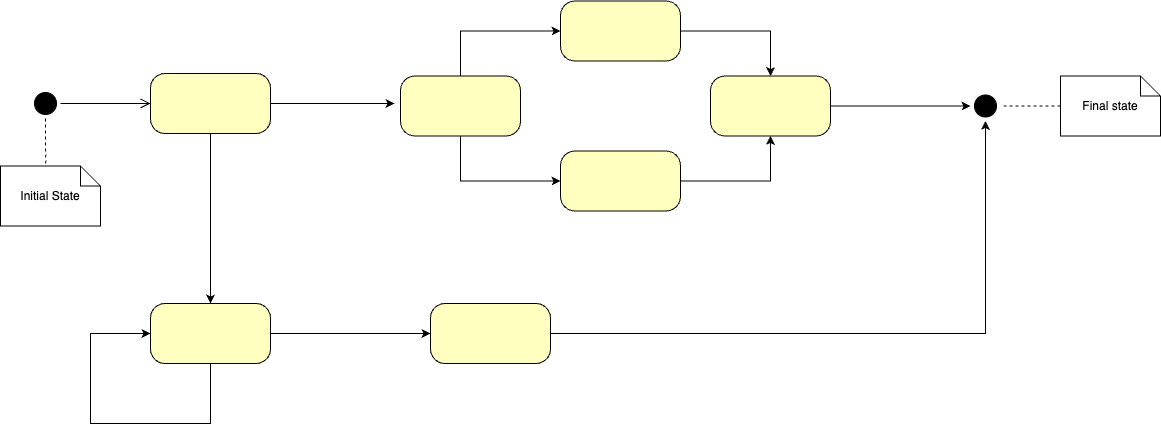
Above: diagrams/ED_Services_SD.drawio.png in uvic-teach/project-m1-team6 (draw.io), before the change. Source tidied: cells renumbered, new cells last; positions are measured from the earlier drawing's top-left corner, leaving out a move shared by most shapes. The source it was exported from:
```xml
<mxGraphModel>
  <root>
    <mxCell id="0" />
    <mxCell id="1" parent="0" />
    <mxCell id="2" style="ellipse;html=1;shape=startState;fillColor=#000000;strokeColor=#000000;rounded=1;shadow=0;comic=0;labelBackgroundColor=none;fontFamily=Verdana;fontSize=12;fontColor=#000000;align=center;direction=south;" parent="1" vertex="1">
      <mxGeometry x="30" y="87" width="30" height="30" as="geometry" />
    </mxCell>
    <mxCell id="3" style="edgeStyle=orthogonalEdgeStyle;rounded=0;jettySize=auto;html=1;entryX=0.5;entryY=0;entryDx=0;entryDy=0;" parent="1" edge="1" source="4" target="9">
      <mxGeometry relative="1" as="geometry" />
    </mxCell>
    <mxCell id="4" style="rounded=1;whiteSpace=wrap;html=1;arcSize=24;fillColor=#ffffc0;strokeColor=#000000;shadow=0;comic=0;labelBackgroundColor=none;fontFamily=Verdana;fontSize=12;fontColor=#000000;align=center;" parent="1" vertex="1">
      <mxGeometry x="150" y="72" width="120" height="60" as="geometry" />
    </mxCell>
    <mxCell id="5" style="edgeStyle=orthogonalEdgeStyle;html=1;labelBackgroundColor=none;endArrow=open;endSize=8;strokeColor=#000000;fontFamily=Verdana;fontSize=12;align=left;" parent="1" edge="1" source="2" target="4">
      <mxGeometry relative="1" as="geometry" />
    </mxCell>
    <mxCell id="6" style="edgeStyle=orthogonalEdgeStyle;rounded=0;jettySize=auto;html=1;entryX=0;entryY=0.5;entryDx=0;entryDy=0;" parent="1" edge="1" source="8" target="12">
      <mxGeometry relative="1" as="geometry">
        <Array as="points">
          <mxPoint x="460" y="179.5" />
        </Array>
      </mxGeometry>
    </mxCell>
    <mxCell id="7" style="edgeStyle=orthogonalEdgeStyle;rounded=0;jettySize=auto;html=1;entryX=0;entryY=0.5;entryDx=0;entryDy=0;" parent="1" edge="1" source="8" target="14">
      <mxGeometry relative="1" as="geometry">
        <Array as="points">
          <mxPoint x="460" y="29.5" />
        </Array>
      </mxGeometry>
    </mxCell>
    <mxCell id="8" style="rounded=1;whiteSpace=wrap;html=1;arcSize=24;fillColor=#ffffc0;strokeColor=#000000;shadow=0;comic=0;labelBackgroundColor=none;fontFamily=Verdana;fontSize=12;fontColor=#000000;align=center;" parent="1" vertex="1">
      <mxGeometry x="400" y="74.5" width="120" height="60" as="geometry" />
    </mxCell>
    <mxCell id="9" style="rounded=1;whiteSpace=wrap;html=1;arcSize=24;fillColor=#ffffc0;strokeColor=#000000;shadow=0;comic=0;labelBackgroundColor=none;fontFamily=Verdana;fontSize=12;fontColor=#000000;align=center;" parent="1" vertex="1">
      <mxGeometry x="150" y="302" width="120" height="60" as="geometry" />
    </mxCell>
    <mxCell id="10" style="ellipse;html=1;shape=startState;fillColor=#000000;strokeColor=#000000;rounded=1;shadow=0;comic=0;labelBackgroundColor=none;fontFamily=Verdana;fontSize=12;fontColor=#000000;align=center;direction=south;" parent="1" vertex="1">
      <mxGeometry x="970" y="89.5" width="30" height="30" as="geometry" />
    </mxCell>
    <mxCell id="11" style="edgeStyle=orthogonalEdgeStyle;rounded=0;jettySize=auto;html=1;entryX=0.5;entryY=1;entryDx=0;entryDy=0;" parent="1" edge="1" source="12" target="16">
      <mxGeometry relative="1" as="geometry" />
    </mxCell>
    <mxCell id="12" style="rounded=1;whiteSpace=wrap;html=1;arcSize=24;fillColor=#ffffc0;strokeColor=#000000;shadow=0;comic=0;labelBackgroundColor=none;fontFamily=Verdana;fontSize=12;fontColor=#000000;align=center;" parent="1" vertex="1">
      <mxGeometry x="560" y="149.5" width="120" height="60" as="geometry" />
    </mxCell>
    <mxCell id="13" style="edgeStyle=orthogonalEdgeStyle;rounded=0;jettySize=auto;html=1;entryX=0.5;entryY=0;entryDx=0;entryDy=0;" parent="1" edge="1" source="14" target="16">
      <mxGeometry relative="1" as="geometry" />
    </mxCell>
    <mxCell id="14" style="rounded=1;whiteSpace=wrap;html=1;arcSize=24;fillColor=#ffffc0;strokeColor=#000000;shadow=0;comic=0;labelBackgroundColor=none;fontFamily=Verdana;fontSize=12;fontColor=#000000;align=center;" parent="1" vertex="1">
      <mxGeometry x="560" y="-0.5" width="120" height="60" as="geometry" />
    </mxCell>
    <mxCell id="15" style="edgeStyle=orthogonalEdgeStyle;rounded=0;jettySize=auto;html=1;" parent="1" edge="1" source="16">
      <mxGeometry relative="1" as="geometry">
        <mxPoint x="970" y="104.5" as="targetPoint" />
      </mxGeometry>
    </mxCell>
    <mxCell id="16" style="rounded=1;whiteSpace=wrap;html=1;arcSize=24;fillColor=#ffffc0;strokeColor=#000000;shadow=0;comic=0;labelBackgroundColor=none;fontFamily=Verdana;fontSize=12;fontColor=#000000;align=center;" parent="1" vertex="1">
      <mxGeometry x="710" y="74.5" width="120" height="60" as="geometry" />
    </mxCell>
    <mxCell id="17" style="edgeStyle=orthogonalEdgeStyle;rounded=0;jettySize=auto;html=1;entryX=0;entryY=0.5;entryDx=0;entryDy=0;" parent="1" edge="1" target="19">
      <mxGeometry relative="1" as="geometry">
        <mxPoint x="270" y="332" as="sourcePoint" />
        <Array as="points">
          <mxPoint x="320" y="332" />
          <mxPoint x="320" y="332" />
        </Array>
      </mxGeometry>
    </mxCell>
    <mxCell id="18" style="edgeStyle=orthogonalEdgeStyle;rounded=0;jettySize=auto;html=1;entryX=1;entryY=0.5;entryDx=0;entryDy=0;" parent="1" edge="1" source="19" target="10">
      <mxGeometry relative="1" as="geometry" />
    </mxCell>
    <mxCell id="19" style="rounded=1;whiteSpace=wrap;html=1;arcSize=24;fillColor=#ffffc0;strokeColor=#000000;shadow=0;comic=0;labelBackgroundColor=none;fontFamily=Verdana;fontSize=12;fontColor=#000000;align=center;" parent="1" vertex="1">
      <mxGeometry x="430" y="302" width="120" height="60" as="geometry" />
    </mxCell>
    <mxCell id="20" style="edgeStyle=orthogonalEdgeStyle;rounded=0;orthogonalLoop=1;jettySize=auto;html=1;entryX=0;entryY=0.5;entryDx=0;entryDy=0;" parent="1" edge="1" source="9" target="9">
      <mxGeometry relative="1" as="geometry">
        <Array as="points">
          <mxPoint x="210" y="422" />
          <mxPoint x="90" y="422" />
          <mxPoint x="90" y="332" />
        </Array>
      </mxGeometry>
    </mxCell>
    <mxCell id="21" style="edgeStyle=orthogonalEdgeStyle;rounded=0;jettySize=auto;html=1;entryX=0.5;entryY=0;entryDx=0;entryDy=0;endArrow=none;endFill=0;dashed=1;" parent="1" edge="1" source="22" target="10">
      <mxGeometry relative="1" as="geometry" />
    </mxCell>
    <mxCell id="22" value="Final state" style="shape=note;size=20;whiteSpace=wrap;html=1;" parent="1" vertex="1">
      <mxGeometry x="1060" y="74.5" width="100" height="60" as="geometry" />
    </mxCell>
    <mxCell id="23" style="edgeStyle=orthogonalEdgeStyle;rounded=0;jettySize=auto;html=1;entryX=0.454;entryY=0.002;entryDx=0;entryDy=0;endArrow=none;endFill=0;dashed=1;exitX=1;exitY=0.5;exitDx=0;exitDy=0;entryPerimeter=0;" parent="1" edge="1" source="2" target="24">
      <mxGeometry relative="1" as="geometry" />
    </mxCell>
    <mxCell id="24" value="Initial State" style="shape=note;size=20;whiteSpace=wrap;html=1;" parent="1" vertex="1">
      <mxGeometry y="164.5" width="100" height="60" as="geometry" />
    </mxCell>
    <mxCell id="25" style="edgeStyle=orthogonalEdgeStyle;rounded=0;jettySize=auto;html=1;entryX=-0.05;entryY=0.458;entryDx=0;entryDy=0;entryPerimeter=0;" parent="1" edge="1" source="4" target="8">
      <mxGeometry relative="1" as="geometry" />
    </mxCell>
  </root>
</mxGraphModel>
```
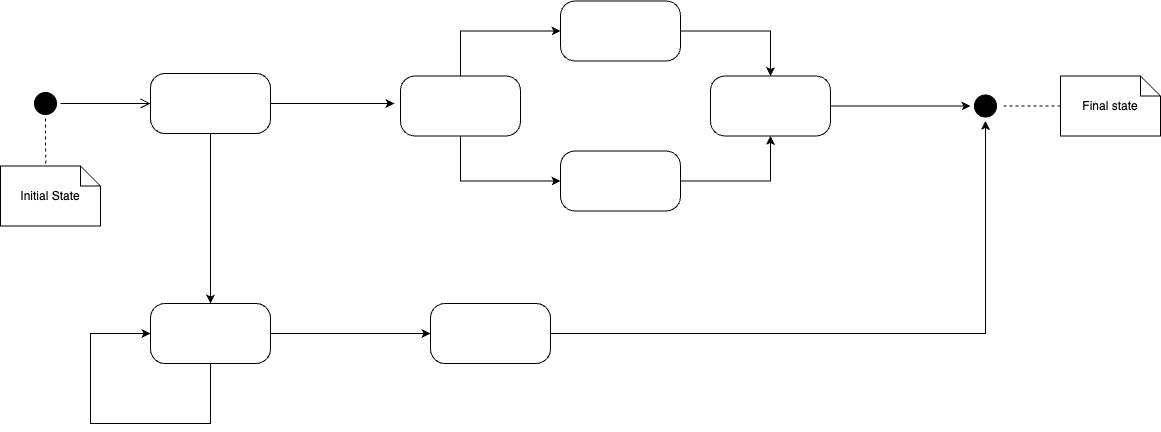
After the change.

The edit, as a diff of the source:
```diff
@@ -8,7 +8,7 @@
     <mxCell id="3" style="edgeStyle=orthogonalEdgeStyle;rounded=0;jettySize=auto;html=1;entryX=0.5;entryY=0;entryDx=0;entryDy=0;" parent="1" edge="1" source="4" target="9">
       <mxGeometry relative="1" as="geometry" />
     </mxCell>
-    <mxCell id="4" style="rounded=1;whiteSpace=wrap;html=1;arcSize=24;fillColor=#ffffc0;strokeColor=#000000;shadow=0;comic=0;labelBackgroundColor=none;fontFamily=Verdana;fontSize=12;fontColor=#000000;align=center;" parent="1" vertex="1">
+    <mxCell id="4" style="rounded=1;whiteSpace=wrap;html=1;arcSize=24;shadow=0;comic=0;labelBackgroundColor=none;fontFamily=Verdana;fontSize=12;align=center;" parent="1" vertex="1">
       <mxGeometry x="150" y="72" width="120" height="60" as="geometry" />
     </mxCell>
     <mxCell id="5" style="edgeStyle=orthogonalEdgeStyle;html=1;labelBackgroundColor=none;endArrow=open;endSize=8;strokeColor=#000000;fontFamily=Verdana;fontSize=12;align=left;" parent="1" edge="1" source="2" target="4">
@@ -28,10 +28,10 @@
         </Array>
       </mxGeometry>
     </mxCell>
-    <mxCell id="8" style="rounded=1;whiteSpace=wrap;html=1;arcSize=24;fillColor=#ffffc0;strokeColor=#000000;shadow=0;comic=0;labelBackgroundColor=none;fontFamily=Verdana;fontSize=12;fontColor=#000000;align=center;" parent="1" vertex="1">
+    <mxCell id="8" style="rounded=1;whiteSpace=wrap;html=1;arcSize=24;shadow=0;comic=0;labelBackgroundColor=none;fontFamily=Verdana;fontSize=12;align=center;" parent="1" vertex="1">
       <mxGeometry x="400" y="74.5" width="120" height="60" as="geometry" />
     </mxCell>
-    <mxCell id="9" style="rounded=1;whiteSpace=wrap;html=1;arcSize=24;fillColor=#ffffc0;strokeColor=#000000;shadow=0;comic=0;labelBackgroundColor=none;fontFamily=Verdana;fontSize=12;fontColor=#000000;align=center;" parent="1" vertex="1">
+    <mxCell id="9" style="rounded=1;whiteSpace=wrap;html=1;arcSize=24;shadow=0;comic=0;labelBackgroundColor=none;fontFamily=Verdana;fontSize=12;align=center;" parent="1" vertex="1">
       <mxGeometry x="150" y="302" width="120" height="60" as="geometry" />
     </mxCell>
     <mxCell id="10" style="ellipse;html=1;shape=startState;fillColor=#000000;strokeColor=#000000;rounded=1;shadow=0;comic=0;labelBackgroundColor=none;fontFamily=Verdana;fontSize=12;fontColor=#000000;align=center;direction=south;" parent="1" vertex="1">
@@ -40,13 +40,13 @@
     <mxCell id="11" style="edgeStyle=orthogonalEdgeStyle;rounded=0;jettySize=auto;html=1;entryX=0.5;entryY=1;entryDx=0;entryDy=0;" parent="1" edge="1" source="12" target="16">
       <mxGeometry relative="1" as="geometry" />
     </mxCell>
-    <mxCell id="12" style="rounded=1;whiteSpace=wrap;html=1;arcSize=24;fillColor=#ffffc0;strokeColor=#000000;shadow=0;comic=0;labelBackgroundColor=none;fontFamily=Verdana;fontSize=12;fontColor=#000000;align=center;" parent="1" vertex="1">
+    <mxCell id="12" style="rounded=1;whiteSpace=wrap;html=1;arcSize=24;shadow=0;comic=0;labelBackgroundColor=none;fontFamily=Verdana;fontSize=12;align=center;" parent="1" vertex="1">
       <mxGeometry x="560" y="149.5" width="120" height="60" as="geometry" />
     </mxCell>
     <mxCell id="13" style="edgeStyle=orthogonalEdgeStyle;rounded=0;jettySize=auto;html=1;entryX=0.5;entryY=0;entryDx=0;entryDy=0;" parent="1" edge="1" source="14" target="16">
       <mxGeometry relative="1" as="geometry" />
     </mxCell>
-    <mxCell id="14" style="rounded=1;whiteSpace=wrap;html=1;arcSize=24;fillColor=#ffffc0;strokeColor=#000000;shadow=0;comic=0;labelBackgroundColor=none;fontFamily=Verdana;fontSize=12;fontColor=#000000;align=center;" parent="1" vertex="1">
+    <mxCell id="14" style="rounded=1;whiteSpace=wrap;html=1;arcSize=24;shadow=0;comic=0;labelBackgroundColor=none;fontFamily=Verdana;fontSize=12;align=center;" parent="1" vertex="1">
       <mxGeometry x="560" y="-0.5" width="120" height="60" as="geometry" />
     </mxCell>
     <mxCell id="15" style="edgeStyle=orthogonalEdgeStyle;rounded=0;jettySize=auto;html=1;" parent="1" edge="1" source="16">
@@ -54,7 +54,7 @@
         <mxPoint x="970" y="104.5" as="targetPoint" />
       </mxGeometry>
     </mxCell>
-    <mxCell id="16" style="rounded=1;whiteSpace=wrap;html=1;arcSize=24;fillColor=#ffffc0;strokeColor=#000000;shadow=0;comic=0;labelBackgroundColor=none;fontFamily=Verdana;fontSize=12;fontColor=#000000;align=center;" parent="1" vertex="1">
+    <mxCell id="16" style="rounded=1;whiteSpace=wrap;html=1;arcSize=24;shadow=0;comic=0;labelBackgroundColor=none;fontFamily=Verdana;fontSize=12;align=center;" parent="1" vertex="1">
       <mxGeometry x="710" y="74.5" width="120" height="60" as="geometry" />
     </mxCell>
     <mxCell id="17" style="edgeStyle=orthogonalEdgeStyle;rounded=0;jettySize=auto;html=1;entryX=0;entryY=0.5;entryDx=0;entryDy=0;" parent="1" edge="1" target="19">
@@ -69,7 +69,7 @@
     <mxCell id="18" style="edgeStyle=orthogonalEdgeStyle;rounded=0;jettySize=auto;html=1;entryX=1;entryY=0.5;entryDx=0;entryDy=0;" parent="1" edge="1" source="19" target="10">
       <mxGeometry relative="1" as="geometry" />
     </mxCell>
-    <mxCell id="19" style="rounded=1;whiteSpace=wrap;html=1;arcSize=24;fillColor=#ffffc0;strokeColor=#000000;shadow=0;comic=0;labelBackgroundColor=none;fontFamily=Verdana;fontSize=12;fontColor=#000000;align=center;" parent="1" vertex="1">
+    <mxCell id="19" style="rounded=1;whiteSpace=wrap;html=1;arcSize=24;shadow=0;comic=0;labelBackgroundColor=none;fontFamily=Verdana;fontSize=12;align=center;" parent="1" vertex="1">
       <mxGeometry x="430" y="302" width="120" height="60" as="geometry" />
     </mxCell>
     <mxCell id="20" style="edgeStyle=orthogonalEdgeStyle;rounded=0;orthogonalLoop=1;jettySize=auto;html=1;entryX=0;entryY=0.5;entryDx=0;entryDy=0;" parent="1" edge="1" source="9" target="9">
```
